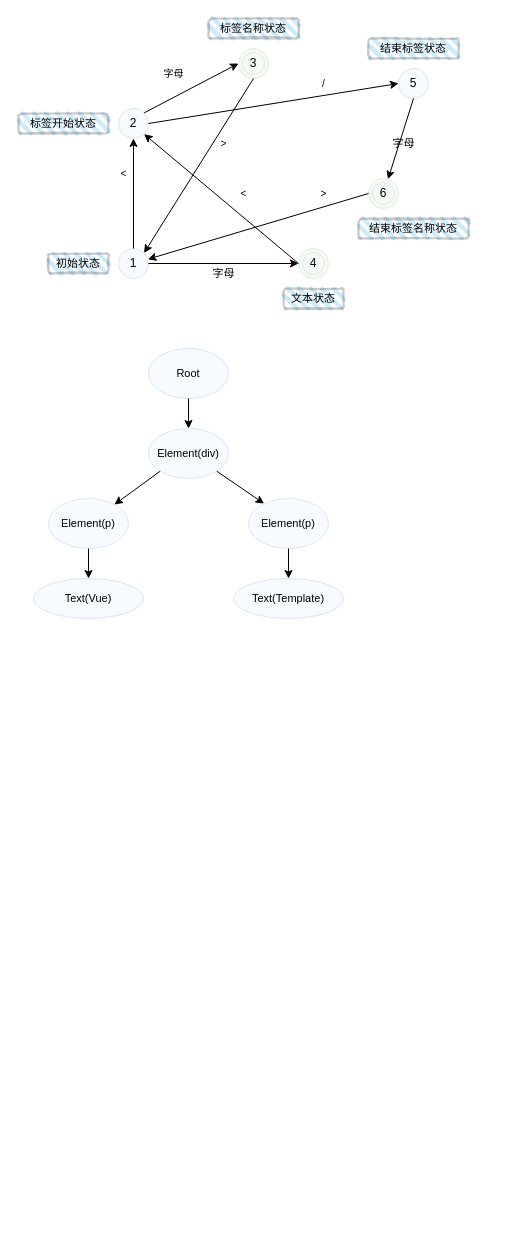
Above: page "解析器" (2 of 3) of books/Vue.js设计与实现/vue.js 3.drawio in yzqzy/notes (draw.io), before the change. Source tidied: cells renumbered, new cells numbered last; positions are measured from the earlier drawing's top-left corner, leaving out a move shared by most shapes. Both pictures are drawn from the tidied source at 100%, with x=0, y=0 at pixel (18, 18).
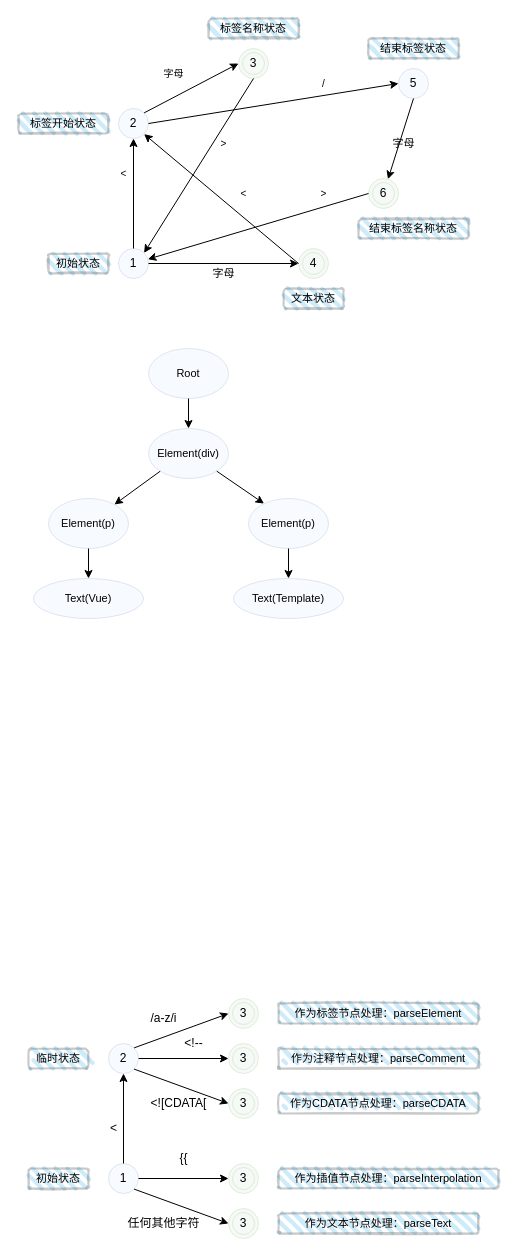
Above is the later version.

What changed in the source:
```diff
@@
+    <mxCell id="41" value="临时状态" style="rounded=1;whiteSpace=wrap;html=1;strokeWidth=2;fillWeight=4;hachureGap=8;hachureAngle=45;fillColor=#1ba1e2;sketch=1;shadow=0;fontSize=11;fontColor=#000000;opacity=21;" parent="1" vertex="1">
+      <mxGeometry x="10" y="1030" width="60" height="20" as="geometry" />
+    </mxCell>
+    <mxCell id="42" value="初始状态" style="rounded=1;whiteSpace=wrap;html=1;strokeWidth=2;fillWeight=4;hachureGap=8;hachureAngle=45;fillColor=#1ba1e2;sketch=1;shadow=0;fontSize=11;fontColor=#000000;opacity=21;" parent="1" vertex="1">
+      <mxGeometry x="10" y="1150" width="60" height="20" as="geometry" />
+    </mxCell>
+    <mxCell id="43" style="edgeStyle=orthogonalEdgeStyle;rounded=0;jettySize=auto;html=1;entryX=0;entryY=0.5;entryDx=0;entryDy=0;" parent="1" edge="1" source="44" target="47">
+      <mxGeometry relative="1" as="geometry" />
+    </mxCell>
+    <mxCell id="44" value="2" style="ellipse;whiteSpace=wrap;html=1;rounded=0;shadow=0;opacity=21;strokeColor=#6c8ebf;fillColor=#dae8fc;" parent="1" vertex="1">
+      <mxGeometry x="90" y="1025" width="30" height="30" as="geometry" />
+    </mxCell>
+    <mxCell id="45" value="1" style="ellipse;whiteSpace=wrap;html=1;rounded=0;shadow=0;opacity=21;strokeColor=#6c8ebf;fillColor=#dae8fc;" parent="1" vertex="1">
+      <mxGeometry x="90" y="1145" width="30" height="30" as="geometry" />
+    </mxCell>
+    <mxCell id="46" value="3" style="ellipse;shape=doubleEllipse;whiteSpace=wrap;html=1;rounded=0;shadow=0;strokeColor=#82b366;opacity=21;fillColor=#d5e8d4;" parent="1" vertex="1">
+      <mxGeometry x="210" y="980" width="30" height="30" as="geometry" />
+    </mxCell>
+    <mxCell id="47" value="3" style="ellipse;shape=doubleEllipse;whiteSpace=wrap;html=1;rounded=0;shadow=0;strokeColor=#82b366;opacity=21;fillColor=#d5e8d4;" parent="1" vertex="1">
+      <mxGeometry x="210" y="1025" width="30" height="30" as="geometry" />
+    </mxCell>
+    <mxCell id="48" value="3" style="ellipse;shape=doubleEllipse;whiteSpace=wrap;html=1;rounded=0;shadow=0;strokeColor=#82b366;opacity=21;fillColor=#d5e8d4;" parent="1" vertex="1">
+      <mxGeometry x="210" y="1070" width="30" height="30" as="geometry" />
+    </mxCell>
+    <mxCell id="49" value="3" style="ellipse;shape=doubleEllipse;whiteSpace=wrap;html=1;rounded=0;shadow=0;strokeColor=#82b366;opacity=21;fillColor=#d5e8d4;" parent="1" vertex="1">
+      <mxGeometry x="210" y="1145" width="30" height="30" as="geometry" />
+    </mxCell>
+    <mxCell id="50" value="3" style="ellipse;shape=doubleEllipse;whiteSpace=wrap;html=1;rounded=0;shadow=0;strokeColor=#82b366;opacity=21;fillColor=#d5e8d4;" parent="1" vertex="1">
+      <mxGeometry x="210" y="1190" width="30" height="30" as="geometry" />
+    </mxCell>
+    <mxCell id="51" style="endArrow=classic;html=1;rounded=0;exitX=1;exitY=0;exitDx=0;exitDy=0;entryX=0;entryY=0.5;entryDx=0;entryDy=0;" parent="1" edge="1" source="44" target="46">
+      <mxGeometry relative="1" as="geometry" />
+    </mxCell>
+    <mxCell id="52" style="endArrow=classic;html=1;rounded=0;exitX=1;exitY=1;exitDx=0;exitDy=0;entryX=0;entryY=0.5;entryDx=0;entryDy=0;" parent="1" edge="1" source="44" target="48">
+      <mxGeometry relative="1" as="geometry" />
+    </mxCell>
+    <mxCell id="53" style="endArrow=classic;html=1;rounded=0;exitX=1;exitY=0.5;exitDx=0;exitDy=0;entryX=0;entryY=0.5;entryDx=0;entryDy=0;" parent="1" edge="1" source="45" target="49">
+      <mxGeometry relative="1" as="geometry" />
+    </mxCell>
+    <mxCell id="54" style="endArrow=classic;html=1;rounded=0;exitX=1;exitY=1;exitDx=0;exitDy=0;entryX=0;entryY=0.5;entryDx=0;entryDy=0;" parent="1" edge="1" source="45" target="50">
+      <mxGeometry relative="1" as="geometry" />
+    </mxCell>
+    <mxCell id="55" style="endArrow=classic;html=1;rounded=0;exitX=0.5;exitY=0;exitDx=0;exitDy=0;entryX=0.5;entryY=1;entryDx=0;entryDy=0;" parent="1" edge="1" source="45" target="44">
+      <mxGeometry relative="1" as="geometry" />
+    </mxCell>
+    <mxCell id="56" value="&amp;lt;" style="text;html=1;align=center;verticalAlign=middle;strokeColor=none;fillColor=none;" parent="1" vertex="1">
+      <mxGeometry x="80" y="1095" width="30" height="30" as="geometry" />
+    </mxCell>
+    <mxCell id="57" value="作为标签节点处理：parseElement" style="rounded=1;whiteSpace=wrap;html=1;strokeWidth=2;fillWeight=4;hachureGap=8;hachureAngle=45;fillColor=#1ba1e2;sketch=1;shadow=0;fontSize=11;fontColor=#000000;opacity=21;" parent="1" vertex="1">
+      <mxGeometry x="260" y="985" width="200" height="20" as="geometry" />
+    </mxCell>
+    <mxCell id="58" value="作为注释节点处理：parseComment" style="rounded=1;whiteSpace=wrap;html=1;strokeWidth=2;fillWeight=4;hachureGap=8;hachureAngle=45;fillColor=#1ba1e2;sketch=1;shadow=0;fontSize=11;fontColor=#000000;opacity=21;" parent="1" vertex="1">
+      <mxGeometry x="260" y="1030" width="200" height="20" as="geometry" />
+    </mxCell>
+    <mxCell id="59" value="作为CDATA节点处理：parseCDATA" style="rounded=1;whiteSpace=wrap;html=1;strokeWidth=2;fillWeight=4;hachureGap=8;hachureAngle=45;fillColor=#1ba1e2;sketch=1;shadow=0;fontSize=11;fontColor=#000000;opacity=21;" parent="1" vertex="1">
+      <mxGeometry x="260" y="1075" width="200" height="20" as="geometry" />
+    </mxCell>
+    <mxCell id="60" value="作为插值节点处理：parseInterpolation" style="rounded=1;whiteSpace=wrap;html=1;strokeWidth=2;fillWeight=4;hachureGap=8;hachureAngle=45;fillColor=#1ba1e2;sketch=1;shadow=0;fontSize=11;fontColor=#000000;opacity=21;" parent="1" vertex="1">
+      <mxGeometry x="260" y="1150" width="220" height="20" as="geometry" />
+    </mxCell>
+    <mxCell id="61" value="作为文本节点处理：parseText" style="rounded=1;whiteSpace=wrap;html=1;strokeWidth=2;fillWeight=4;hachureGap=8;hachureAngle=45;fillColor=#1ba1e2;sketch=1;shadow=0;fontSize=11;fontColor=#000000;opacity=21;" parent="1" vertex="1">
+      <mxGeometry x="260" y="1195" width="200" height="20" as="geometry" />
+    </mxCell>
+    <mxCell id="62" value="任何其他字符" style="text;html=1;align=center;verticalAlign=middle;strokeColor=none;fillColor=none;" parent="1" vertex="1">
+      <mxGeometry x="95" y="1190" width="100" height="30" as="geometry" />
+    </mxCell>
+    <mxCell id="63" value="{{" style="text;html=1;align=center;verticalAlign=middle;strokeColor=none;fillColor=none;" parent="1" vertex="1">
+      <mxGeometry x="150" y="1125" width="30" height="30" as="geometry" />
+    </mxCell>
+    <mxCell id="64" value="&amp;lt;![CDATA[" style="text;html=1;align=center;verticalAlign=middle;strokeColor=none;fillColor=none;" parent="1" vertex="1">
+      <mxGeometry x="120" y="1070" width="80" height="30" as="geometry" />
+    </mxCell>
+    <mxCell id="65" value="&amp;lt;!--" style="text;html=1;align=center;verticalAlign=middle;strokeColor=none;fillColor=none;" parent="1" vertex="1">
+      <mxGeometry x="155" y="1010" width="40" height="30" as="geometry" />
+    </mxCell>
+    <mxCell id="66" value="/a-z/i" style="text;html=1;align=center;verticalAlign=middle;strokeColor=none;fillColor=none;" parent="1" vertex="1">
+      <mxGeometry x="120" y="985" width="50" height="30" as="geometry" />
+    </mxCell>
```
